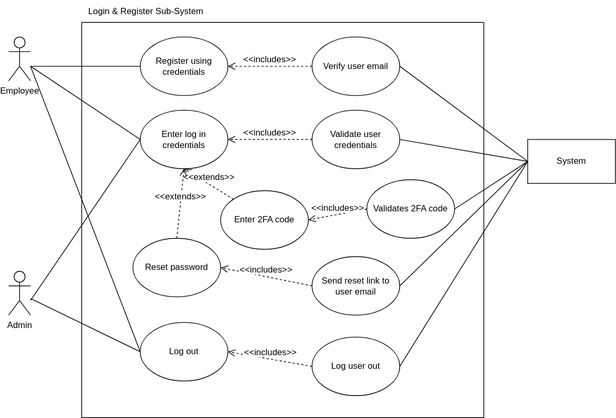
The draw.io diagram Untitled Diagram.drawio.svg in Simamkele88/IFM3_GP, before a commit. Source tidied: cells renumbered, new cells last; positions are measured from the earlier drawing's top-left corner, leaving out a move shared by most shapes.
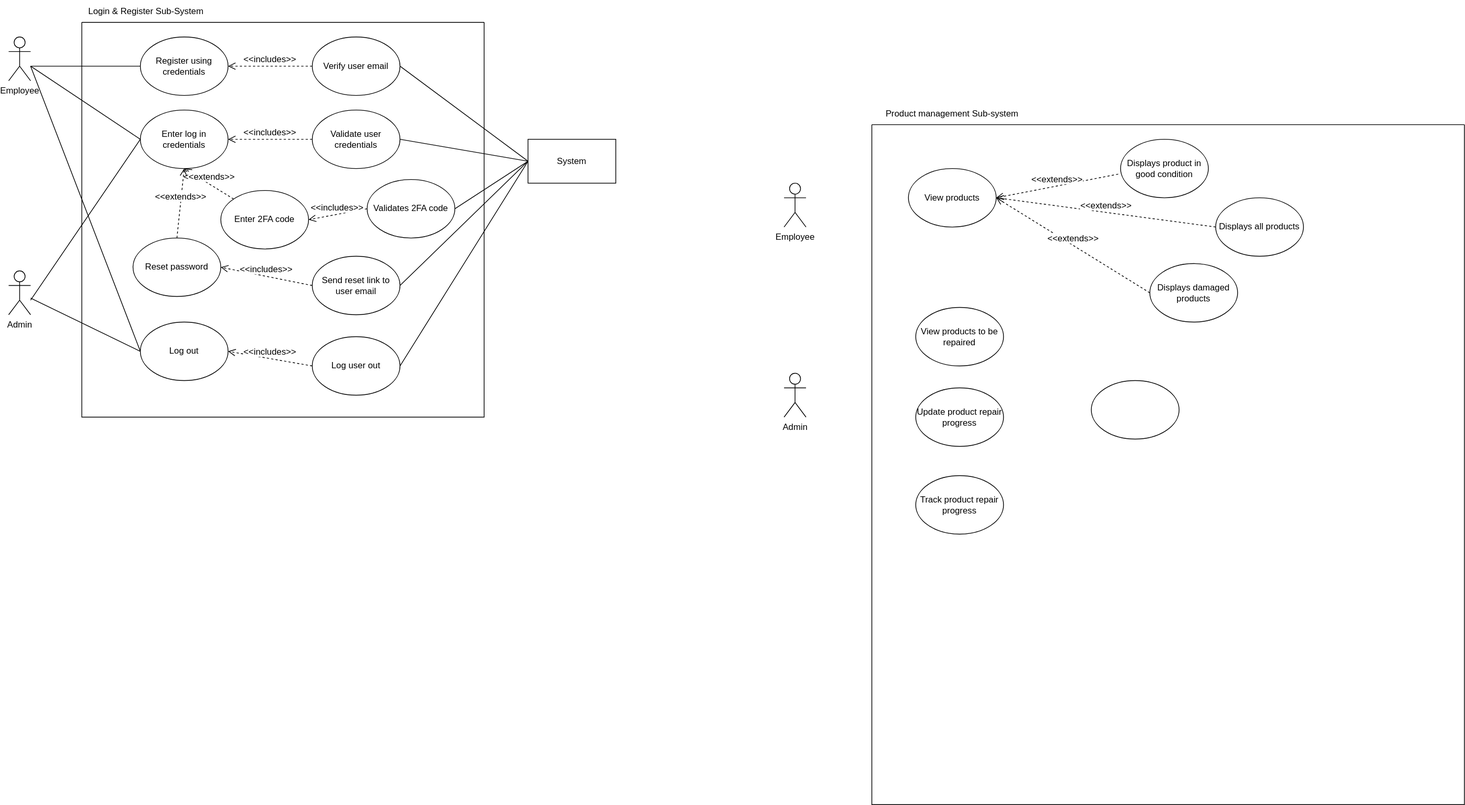
The same file after the commit.

What changed in the source:
```diff
@@ -104,5 +104,59 @@
     <mxCell id="33" style="endArrow=none;html=1;rounded=0;entryX=0;entryY=0.5;entryDx=0;entryDy=0;exitX=1;exitY=0.5;exitDx=0;exitDy=0;" parent="1" edge="1" source="21" target="4">
       <mxGeometry relative="1" as="geometry" />
     </mxCell>
+    <mxCell id="34" style="swimlane;startSize=0;strokeColor=default;align=center;verticalAlign=middle;fontFamily=Helvetica;fontSize=12;fontColor=default;fillColor=default;" parent="1" vertex="1">
+      <mxGeometry x="1180" y="170" width="810" height="930" as="geometry" />
+    </mxCell>
+    <mxCell id="35" value="Displays damaged products" style="ellipse;whiteSpace=wrap;html=1;strokeColor=default;align=center;verticalAlign=middle;fontFamily=Helvetica;fontSize=12;fontColor=default;fillColor=default;" parent="34" vertex="1">
+      <mxGeometry x="380" y="190" width="120" height="80" as="geometry" />
+    </mxCell>
+    <mxCell id="36" value="View products" style="ellipse;whiteSpace=wrap;html=1;strokeColor=default;align=center;verticalAlign=middle;fontFamily=Helvetica;fontSize=12;fontColor=default;fillColor=default;" parent="34" vertex="1">
+      <mxGeometry x="50" y="60" width="120" height="80" as="geometry" />
+    </mxCell>
+    <mxCell id="37" value="Update product repair progress" style="ellipse;whiteSpace=wrap;html=1;strokeColor=default;align=center;verticalAlign=middle;fontFamily=Helvetica;fontSize=12;fontColor=default;fillColor=default;" parent="34" vertex="1">
+      <mxGeometry x="60" y="360" width="120" height="80" as="geometry" />
+    </mxCell>
+    <mxCell id="38" value="View products to be repaired" style="ellipse;whiteSpace=wrap;html=1;strokeColor=default;align=center;verticalAlign=middle;fontFamily=Helvetica;fontSize=12;fontColor=default;fillColor=default;" parent="34" vertex="1">
+      <mxGeometry x="60" y="250" width="120" height="80" as="geometry" />
+    </mxCell>
+    <mxCell id="39" value="Displays product in good condition" style="ellipse;whiteSpace=wrap;html=1;strokeColor=default;align=center;verticalAlign=middle;fontFamily=Helvetica;fontSize=12;fontColor=default;fillColor=default;" parent="34" vertex="1">
+      <mxGeometry x="340" y="20" width="120" height="80" as="geometry" />
+    </mxCell>
+    <mxCell id="40" value="&amp;lt;&amp;lt;extends&amp;gt;&amp;gt;" style="html=1;verticalAlign=bottom;endArrow=open;dashed=1;endSize=8;curved=0;rounded=0;fontFamily=Helvetica;fontSize=12;fontColor=default;entryX=1;entryY=0.5;entryDx=0;entryDy=0;exitX=-0.027;exitY=0.596;exitDx=0;exitDy=0;exitPerimeter=0;" parent="34" edge="1" source="39" target="36">
+      <mxGeometry relative="1" as="geometry" />
+    </mxCell>
+    <mxCell id="41" style="edgeLabel;html=1;align=center;verticalAlign=middle;strokeColor=default;fontFamily=Helvetica;fontSize=12;fontColor=default;fillColor=default;" parent="40" vertex="1">
+      <mxGeometry x="-0.22" y="3" relative="1" as="geometry" />
+    </mxCell>
+    <mxCell id="42" value="&amp;lt;&amp;lt;extends&amp;gt;&amp;gt;" style="html=1;verticalAlign=bottom;endArrow=open;dashed=1;endSize=8;curved=0;rounded=0;fontFamily=Helvetica;fontSize=12;fontColor=default;entryX=1;entryY=0.5;entryDx=0;entryDy=0;exitX=0;exitY=0.5;exitDx=0;exitDy=0;" parent="34" edge="1" source="35" target="36">
+      <mxGeometry relative="1" as="geometry" />
+    </mxCell>
+    <mxCell id="43" style="edgeLabel;html=1;align=center;verticalAlign=middle;strokeColor=default;fontFamily=Helvetica;fontSize=12;fontColor=default;fillColor=default;" parent="42" vertex="1">
+      <mxGeometry x="-0.22" y="3" relative="1" as="geometry" />
+    </mxCell>
+    <mxCell id="44" value="Displays all products" style="ellipse;whiteSpace=wrap;html=1;strokeColor=default;align=center;verticalAlign=middle;fontFamily=Helvetica;fontSize=12;fontColor=default;fillColor=default;" parent="34" vertex="1">
+      <mxGeometry x="470" y="100" width="120" height="80" as="geometry" />
+    </mxCell>
+    <mxCell id="45" value="&amp;lt;&amp;lt;extends&amp;gt;&amp;gt;" style="html=1;verticalAlign=bottom;endArrow=open;dashed=1;endSize=8;curved=0;rounded=0;fontFamily=Helvetica;fontSize=12;fontColor=default;entryX=1;entryY=0.5;entryDx=0;entryDy=0;exitX=0;exitY=0.5;exitDx=0;exitDy=0;" parent="34" edge="1" source="44" target="36">
+      <mxGeometry relative="1" as="geometry" />
+    </mxCell>
+    <mxCell id="46" style="edgeLabel;html=1;align=center;verticalAlign=middle;strokeColor=default;fontFamily=Helvetica;fontSize=12;fontColor=default;fillColor=default;" parent="45" vertex="1">
+      <mxGeometry x="-0.22" y="3" relative="1" as="geometry" />
+    </mxCell>
+    <mxCell id="47" value="Track product repair progress" style="ellipse;whiteSpace=wrap;html=1;strokeColor=default;align=center;verticalAlign=middle;fontFamily=Helvetica;fontSize=12;fontColor=default;fillColor=default;" parent="34" vertex="1">
+      <mxGeometry x="60" y="480" width="120" height="80" as="geometry" />
+    </mxCell>
+    <mxCell id="48" style="ellipse;whiteSpace=wrap;html=1;strokeColor=default;align=center;verticalAlign=middle;fontFamily=Helvetica;fontSize=12;fontColor=default;fillColor=default;" parent="34" vertex="1">
+      <mxGeometry x="300" y="350" width="120" height="80" as="geometry" />
+    </mxCell>
+    <mxCell id="49" value="Product management Sub-system" style="text;html=1;align=center;verticalAlign=middle;whiteSpace=wrap;rounded=0;fontFamily=Helvetica;fontSize=12;fontColor=default;" parent="1" vertex="1">
+      <mxGeometry x="1180" y="140" width="220" height="30" as="geometry" />
+    </mxCell>
+    <mxCell id="50" value="Employee" style="shape=umlActor;verticalLabelPosition=bottom;verticalAlign=top;html=1;strokeColor=default;align=center;fontFamily=Helvetica;fontSize=12;fontColor=default;fillColor=default;" parent="1" vertex="1">
+      <mxGeometry x="1060" y="250" width="30" height="60" as="geometry" />
+    </mxCell>
+    <mxCell id="51" value="Admin" style="shape=umlActor;verticalLabelPosition=bottom;verticalAlign=top;html=1;strokeColor=default;align=center;fontFamily=Helvetica;fontSize=12;fontColor=default;fillColor=default;" parent="1" vertex="1">
+      <mxGeometry x="1060" y="510" width="30" height="60" as="geometry" />
+    </mxCell>
   </root>
 </mxGraphModel>
```
